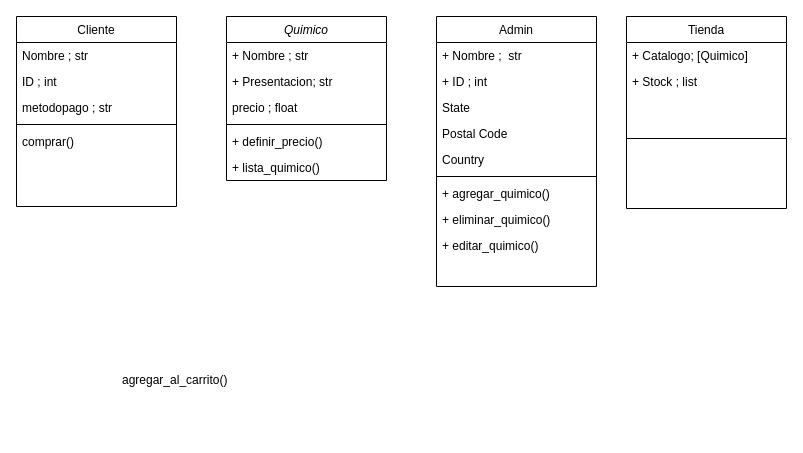
This is Diagrama sin título.drawio from Mayday3003/Python, a draw.io file, before an edit. Source tidied: cells renumbered, new cells numbered last; positions are measured from the earlier drawing's top-left corner, leaving out a move shared by most shapes. Both pictures are drawn from the tidied source at 100%, with x=0, y=0 at pixel (16, 16).
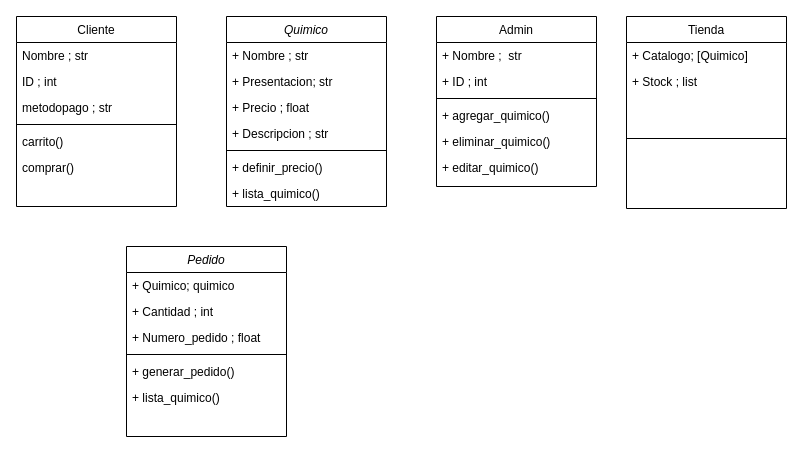
Above is the later version.

Unchanged cells that the change refers to:
```xml
<mxCell id="9" value="Cliente" style="swimlane;fontStyle=0;align=center;verticalAlign=top;horizontal=1;startSize=26;rounded=0;shadow=0;strokeWidth=1;" parent="1" vertex="1">
  <mxGeometry width="160" height="190" as="geometry" />
</mxCell>
```

Change to the diagram source:
```diff
@@
     <mxCell id="2" value="Quimico" style="swimlane;fontStyle=2;align=center;verticalAlign=top;horizontal=1;startSize=26;rounded=0;shadow=0;strokeWidth=1;" parent="1" vertex="1">
-      <mxGeometry x="210" width="160" height="164" as="geometry" />
+      <mxGeometry x="210" width="160" height="190" as="geometry" />
     </mxCell>
@@
-    <mxCell id="5" value="precio ; float" style="text;align=left;verticalAlign=top;spacingLeft=4;spacingRight=4;overflow=hidden;rounded=0;shadow=0;html=0;" parent="2" vertex="1">
+    <mxCell id="5" value="+ Precio ; float" style="text;align=left;verticalAlign=top;spacingLeft=4;spacingRight=4;overflow=hidden;rounded=0;shadow=0;html=0;" parent="2" vertex="1">
       <mxGeometry y="78" width="160" height="26" as="geometry" />
     </mxCell>
+    <mxCell id="30" value="+ Descripcion ; str" style="text;align=left;verticalAlign=top;spacingLeft=4;spacingRight=4;overflow=hidden;rounded=0;shadow=0;html=0;" parent="2" vertex="1">
+      <mxGeometry y="104" width="160" height="26" as="geometry" />
+    </mxCell>
     <mxCell id="6" style="line;html=1;strokeWidth=1;align=left;verticalAlign=middle;spacingTop=-1;spacingLeft=3;spacingRight=3;labelPosition=right;" parent="2" vertex="1">
-      <mxGeometry y="104" width="160" height="8" as="geometry" />
+      <mxGeometry y="130" width="160" height="8" as="geometry" />
     </mxCell>
     <mxCell id="7" value="+ definir_precio()" style="text;align=left;verticalAlign=top;spacingLeft=4;spacingRight=4;overflow=hidden;" parent="2" vertex="1">
-      <mxGeometry y="112" width="160" height="26" as="geometry" />
+      <mxGeometry y="138" width="160" height="26" as="geometry" />
     </mxCell>
     <mxCell id="8" value="+ lista_quimico()" style="text;align=left;verticalAlign=top;spacingLeft=4;spacingRight=4;overflow=hidden;" parent="2" vertex="1">
-      <mxGeometry y="138" width="160" height="26" as="geometry" />
+      <mxGeometry y="164" width="160" height="26" as="geometry" />
     </mxCell>
@@
-    <mxCell id="14" value="comprar()&#10;&#10;" style="text;align=left;verticalAlign=top;spacingLeft=4;spacingRight=4;overflow=hidden;" parent="9" vertex="1">
+    <mxCell id="14" value="carrito()&#10;" style="text;align=left;verticalAlign=top;spacingLeft=4;spacingRight=4;overflow=hidden;" parent="9" vertex="1">
       <mxGeometry y="112" width="160" height="26" as="geometry" />
     </mxCell>
+    <mxCell id="31" value="comprar()&#10;&#10;" style="text;align=left;verticalAlign=top;spacingLeft=4;spacingRight=4;overflow=hidden;" parent="9" vertex="1">
+      <mxGeometry y="138" width="160" height="26" as="geometry" />
+    </mxCell>
@@
     <mxCell id="19" value="Admin" style="swimlane;fontStyle=0;align=center;verticalAlign=top;horizontal=1;startSize=26;rounded=0;shadow=0;strokeWidth=1;" parent="1" vertex="1">
-      <mxGeometry x="420" width="160" height="270" as="geometry" />
+      <mxGeometry x="420" width="160" height="170" as="geometry" />
     </mxCell>
@@
-    <mxCell id="22" value="State" style="text;align=left;verticalAlign=top;spacingLeft=4;spacingRight=4;overflow=hidden;rounded=0;shadow=0;html=0;" parent="19" vertex="1">
-      <mxGeometry y="78" width="160" height="26" as="geometry" />
-    </mxCell>
-    <mxCell id="23" value="Postal Code" style="text;align=left;verticalAlign=top;spacingLeft=4;spacingRight=4;overflow=hidden;rounded=0;shadow=0;html=0;" parent="19" vertex="1">
-      <mxGeometry y="104" width="160" height="26" as="geometry" />
-    </mxCell>
-    <mxCell id="24" value="Country" style="text;align=left;verticalAlign=top;spacingLeft=4;spacingRight=4;overflow=hidden;rounded=0;shadow=0;html=0;" parent="19" vertex="1">
-      <mxGeometry y="130" width="160" height="26" as="geometry" />
-    </mxCell>
     <mxCell id="25" style="line;html=1;strokeWidth=1;align=left;verticalAlign=middle;spacingTop=-1;spacingLeft=3;spacingRight=3;labelPosition=right;" parent="19" vertex="1">
-      <mxGeometry y="156" width="160" height="8" as="geometry" />
+      <mxGeometry y="78" width="160" height="8" as="geometry" />
     </mxCell>
     <mxCell id="26" value="+ agregar_quimico()" style="text;align=left;verticalAlign=top;spacingLeft=4;spacingRight=4;overflow=hidden;" parent="19" vertex="1">
-      <mxGeometry y="164" width="160" height="26" as="geometry" />
+      <mxGeometry y="86" width="160" height="26" as="geometry" />
     </mxCell>
     <mxCell id="27" value="+ eliminar_quimico()" style="text;align=left;verticalAlign=top;spacingLeft=4;spacingRight=4;overflow=hidden;" parent="19" vertex="1">
-      <mxGeometry y="190" width="160" height="26" as="geometry" />
+      <mxGeometry y="112" width="160" height="26" as="geometry" />
     </mxCell>
     <mxCell id="28" value="+ editar_quimico()" style="text;align=left;verticalAlign=top;spacingLeft=4;spacingRight=4;overflow=hidden;" parent="19" vertex="1">
-      <mxGeometry y="216" width="160" height="26" as="geometry" />
+      <mxGeometry y="138" width="160" height="26" as="geometry" />
     </mxCell>
-    <mxCell id="29" value="agregar_al_carrito()" style="text;align=left;verticalAlign=top;spacingLeft=4;spacingRight=4;overflow=hidden;fontStyle=0;" parent="1" vertex="1">
-      <mxGeometry x="100" y="350" width="160" height="26" as="geometry" />
-    </mxCell>
+    <mxCell id="32" value="Pedido" style="swimlane;fontStyle=2;align=center;verticalAlign=top;horizontal=1;startSize=26;rounded=0;shadow=0;strokeWidth=1;" parent="1" vertex="1">
+      <mxGeometry x="110" y="230" width="160" height="190" as="geometry" />
+    </mxCell>
+    <mxCell id="33" value="+ Quimico; quimico" style="text;align=left;verticalAlign=top;spacingLeft=4;spacingRight=4;overflow=hidden;" parent="32" vertex="1">
+      <mxGeometry y="26" width="160" height="26" as="geometry" />
+    </mxCell>
+    <mxCell id="34" value="+ Cantidad ; int" style="text;align=left;verticalAlign=top;spacingLeft=4;spacingRight=4;overflow=hidden;rounded=0;shadow=0;html=0;" parent="32" vertex="1">
+      <mxGeometry y="52" width="160" height="26" as="geometry" />
+    </mxCell>
+    <mxCell id="35" value="+ Numero_pedido ; float" style="text;align=left;verticalAlign=top;spacingLeft=4;spacingRight=4;overflow=hidden;rounded=0;shadow=0;html=0;" parent="32" vertex="1">
+      <mxGeometry y="78" width="160" height="26" as="geometry" />
+    </mxCell>
+    <mxCell id="36" style="line;html=1;strokeWidth=1;align=left;verticalAlign=middle;spacingTop=-1;spacingLeft=3;spacingRight=3;labelPosition=right;" parent="32" vertex="1">
+      <mxGeometry y="104" width="160" height="8" as="geometry" />
+    </mxCell>
+    <mxCell id="37" value="+ generar_pedido()" style="text;align=left;verticalAlign=top;spacingLeft=4;spacingRight=4;overflow=hidden;" parent="32" vertex="1">
+      <mxGeometry y="112" width="160" height="26" as="geometry" />
+    </mxCell>
+    <mxCell id="38" value="+ lista_quimico()" style="text;align=left;verticalAlign=top;spacingLeft=4;spacingRight=4;overflow=hidden;" parent="32" vertex="1">
+      <mxGeometry y="138" width="160" height="26" as="geometry" />
+    </mxCell>
```
